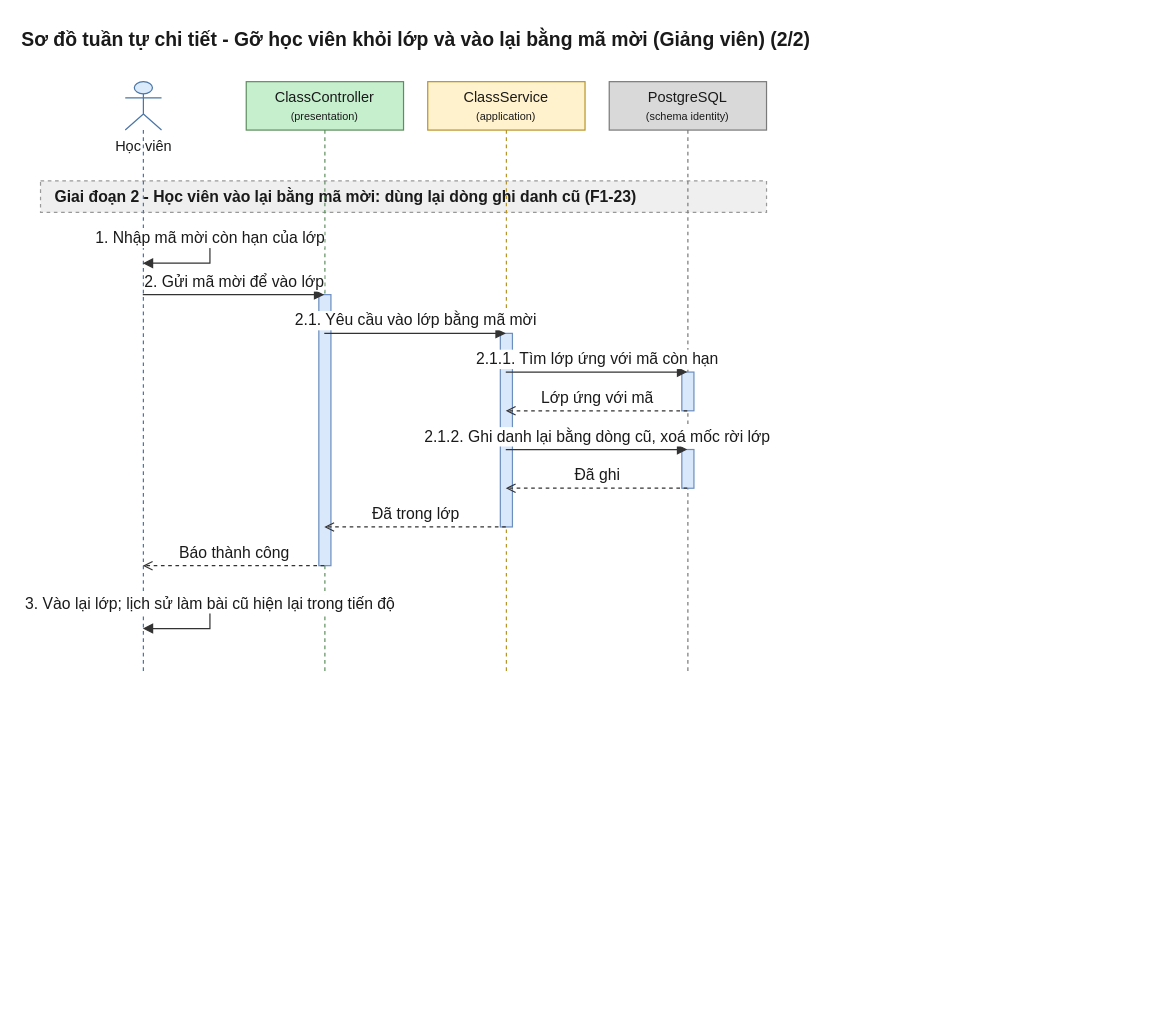
This is 08-diagram/sequence/gv/sequence_gv_go_hoc_vien_khoi_lop_p2.drawio from daiphu1801/PRJ_ALGOPREP, a draw.io file, before an edit. Source tidied: cells renumbered, new cells numbered last; positions are measured from the earlier drawing's top-left corner, leaving out a move shared by most shapes. Both pictures are drawn from the tidied source at 121%, with x=0, y=0 at pixel (40, 21).
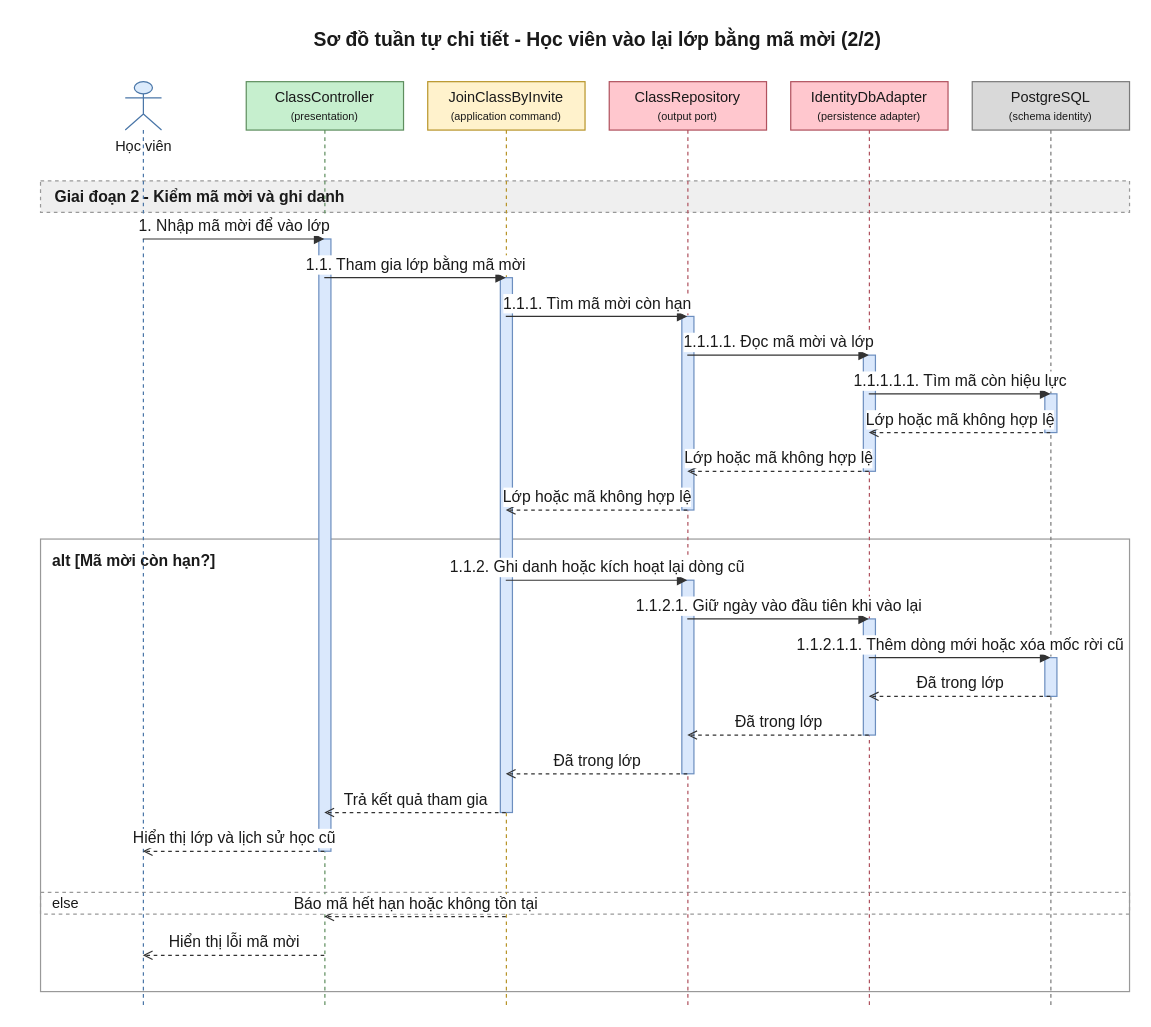
Above is the later version.

What changed in the source:
```diff
@@
-    <mxCell id="2" value="Sơ đồ tuần tự chi tiết - Gỡ học viên khỏi lớp và vào lại bằng mã mời (Giảng viên) (2/2)" style="text;html=1;fontSize=16;fontStyle=1;align=center;verticalAlign=middle;fontColor=#1A1A1A;" parent="1" vertex="1">
-      <mxGeometry x="20" width="580" height="30" as="geometry" />
+    <mxCell id="2" value="Sơ đồ tuần tự chi tiết - Học viên vào lại lớp bằng mã mời (2/2)" style="text;html=1;fontSize=16;fontStyle=1;align=center;verticalAlign=middle;fontColor=#1A1A1A;" parent="1" vertex="1">
+      <mxGeometry x="20" width="880" height="30" as="geometry" />
     </mxCell>
-    <mxCell id="3" value="Giai đoạn 2 - Học viên vào lại bằng mã mời: dùng lại dòng ghi danh cũ (F1-23)" style="algoprep=phase;rounded=0;whiteSpace=wrap;html=1;fillColor=#EFEFEF;strokeColor=#999999;dashed=1;align=left;verticalAlign=middle;spacingLeft=10;fontColor=#1A1A1A;fontSize=13;fontStyle=1;" parent="1" vertex="1">
-      <mxGeometry y="132" width="600" height="26" as="geometry" />
+    <mxCell id="3" value="alt [Mã mời còn hạn?]" style="algoprep=alt;rounded=0;whiteSpace=wrap;html=1;fillColor=none;strokeColor=#999999;verticalAlign=top;align=left;spacingLeft=8;spacingTop=4;fontColor=#1A1A1A;fontSize=13;fontStyle=1;dashed=0;" parent="1" vertex="1">
+      <mxGeometry y="428" width="900" height="374" as="geometry" />
     </mxCell>
-    <mxCell id="4" value="Học viên" style="shape=umlLifeline;participant=umlActor;perimeter=lifelinePerimeter;html=1;outlineConnect=0;size=40;verticalAlign=top;spacingTop=40;fillColor=#DCEBFC;strokeColor=#4A76A8;fontColor=#1A1A1A;" parent="1" vertex="1">
-      <mxGeometry x="70" y="50" width="30" height="488" as="geometry" />
+    <mxCell id="4" value="else" style="text;html=1;dashed=1;strokeColor=#999999;fillColor=none;align=left;verticalAlign=middle;spacingLeft=8;fontColor=#1A1A1A;fontSize=12;" parent="1" vertex="1">
+      <mxGeometry y="720" width="900" height="18" as="geometry" />
     </mxCell>
-    <mxCell id="5" value="ClassController&lt;br&gt;&lt;font style=&quot;font-size:9px&quot;&gt;(presentation)&lt;/font&gt;" style="shape=umlLifeline;perimeter=lifelinePerimeter;whiteSpace=wrap;html=1;outlineConnect=0;size=40;fillColor=#C6EFCE;strokeColor=#5E8E5E;fontColor=#1A1A1A;" parent="1" vertex="1">
-      <mxGeometry x="170" y="50" width="130" height="488" as="geometry" />
+    <mxCell id="5" value="Giai đoạn 2 - Kiểm mã mời và ghi danh" style="algoprep=phase;rounded=0;whiteSpace=wrap;html=1;fillColor=#EFEFEF;strokeColor=#999999;dashed=1;align=left;verticalAlign=middle;spacingLeft=10;fontColor=#1A1A1A;fontSize=13;fontStyle=1;" parent="1" vertex="1">
+      <mxGeometry y="132" width="900" height="26" as="geometry" />
     </mxCell>
-    <mxCell id="6" value="ClassService&lt;br&gt;&lt;font style=&quot;font-size:9px&quot;&gt;(application)&lt;/font&gt;" style="shape=umlLifeline;perimeter=lifelinePerimeter;whiteSpace=wrap;html=1;outlineConnect=0;size=40;fillColor=#FFF2CC;strokeColor=#B8952A;fontColor=#1A1A1A;" parent="1" vertex="1">
-      <mxGeometry x="320" y="50" width="130" height="488" as="geometry" />
+    <mxCell id="6" value="Học viên" style="shape=umlLifeline;participant=umlActor;perimeter=lifelinePerimeter;html=1;outlineConnect=0;size=40;verticalAlign=top;spacingTop=40;fillColor=#DCEBFC;strokeColor=#4A76A8;fontColor=#1A1A1A;" parent="1" vertex="1">
+      <mxGeometry x="70" y="50" width="30" height="764" as="geometry" />
     </mxCell>
-    <mxCell id="7" value="PostgreSQL&lt;br&gt;&lt;font style=&quot;font-size:9px&quot;&gt;(schema identity)&lt;/font&gt;" style="shape=umlLifeline;perimeter=lifelinePerimeter;whiteSpace=wrap;html=1;outlineConnect=0;size=40;fillColor=#D9D9D9;strokeColor=#7A7A7A;fontColor=#1A1A1A;" parent="1" vertex="1">
-      <mxGeometry x="470" y="50" width="130" height="488" as="geometry" />
+    <mxCell id="7" value="ClassController&lt;br&gt;&lt;font style=&quot;font-size:9px&quot;&gt;(presentation)&lt;/font&gt;" style="shape=umlLifeline;perimeter=lifelinePerimeter;whiteSpace=wrap;html=1;outlineConnect=0;size=40;fillColor=#C6EFCE;strokeColor=#5E8E5E;fontColor=#1A1A1A;" parent="1" vertex="1">
+      <mxGeometry x="170" y="50" width="130" height="764" as="geometry" />
     </mxCell>
-    <mxCell id="8" style="html=1;points=[[0,0,0,0,0],[0,1,0,0,0],[1,0,0,0,0],[1,1,0,0,0]];perimeter=orthogonalPerimeter;outlineConnect=0;targetShapes=umlLifeline;fillColor=#DAE8FC;strokeColor=#6C8EBF;" parent="7" vertex="1">
-      <mxGeometry x="60" y="240" width="10" height="32" as="geometry" />
+    <mxCell id="8" value="JoinClassByInvite&lt;br&gt;&lt;font style=&quot;font-size:9px&quot;&gt;(application command)&lt;/font&gt;" style="shape=umlLifeline;perimeter=lifelinePerimeter;whiteSpace=wrap;html=1;outlineConnect=0;size=40;fillColor=#FFF2CC;strokeColor=#B8952A;fontColor=#1A1A1A;" parent="1" vertex="1">
+      <mxGeometry x="320" y="50" width="130" height="764" as="geometry" />
     </mxCell>
-    <mxCell id="9" style="html=1;points=[[0,0,0,0,0],[0,1,0,0,0],[1,0,0,0,0],[1,1,0,0,0]];perimeter=orthogonalPerimeter;outlineConnect=0;targetShapes=umlLifeline;fillColor=#DAE8FC;strokeColor=#6C8EBF;" parent="7" vertex="1">
-      <mxGeometry x="60" y="304" width="10" height="32" as="geometry" />
+    <mxCell id="9" value="ClassRepository&lt;br&gt;&lt;font style=&quot;font-size:9px&quot;&gt;(output port)&lt;/font&gt;" style="shape=umlLifeline;perimeter=lifelinePerimeter;whiteSpace=wrap;html=1;outlineConnect=0;size=40;fillColor=#FFC7CE;strokeColor=#B0525E;fontColor=#1A1A1A;" parent="1" vertex="1">
+      <mxGeometry x="470" y="50" width="130" height="764" as="geometry" />
     </mxCell>
-    <mxCell id="10" style="html=1;points=[[0,0,0,0,0],[0,1,0,0,0],[1,0,0,0,0],[1,1,0,0,0]];perimeter=orthogonalPerimeter;outlineConnect=0;targetShapes=umlLifeline;fillColor=#DAE8FC;strokeColor=#6C8EBF;" parent="6" vertex="1">
-      <mxGeometry x="60" y="208" width="10" height="160" as="geometry" />
+    <mxCell id="10" value="IdentityDbAdapter&lt;br&gt;&lt;font style=&quot;font-size:9px&quot;&gt;(persistence adapter)&lt;/font&gt;" style="shape=umlLifeline;perimeter=lifelinePerimeter;whiteSpace=wrap;html=1;outlineConnect=0;size=40;fillColor=#FFC7CE;strokeColor=#B0525E;fontColor=#1A1A1A;" parent="1" vertex="1">
+      <mxGeometry x="620" y="50" width="130" height="764" as="geometry" />
     </mxCell>
-    <mxCell id="11" style="html=1;points=[[0,0,0,0,0],[0,1,0,0,0],[1,0,0,0,0],[1,1,0,0,0]];perimeter=orthogonalPerimeter;outlineConnect=0;targetShapes=umlLifeline;fillColor=#DAE8FC;strokeColor=#6C8EBF;" parent="5" vertex="1">
-      <mxGeometry x="60" y="176" width="10" height="224" as="geometry" />
+    <mxCell id="11" value="PostgreSQL&lt;br&gt;&lt;font style=&quot;font-size:9px&quot;&gt;(schema identity)&lt;/font&gt;" style="shape=umlLifeline;perimeter=lifelinePerimeter;whiteSpace=wrap;html=1;outlineConnect=0;size=40;fillColor=#D9D9D9;strokeColor=#7A7A7A;fontColor=#1A1A1A;" parent="1" vertex="1">
+      <mxGeometry x="770" y="50" width="130" height="764" as="geometry" />
     </mxCell>
-    <mxCell id="12" value="1. Nhập mã mời còn hạn của lớp" style="edgeStyle=orthogonalEdgeStyle;rounded=0;html=1;endArrow=block;endFill=1;strokeColor=#333333;fontColor=#1A1A1A;fontSize=13;verticalAlign=bottom;exitX=0.5;exitY=0.2664;exitDx=0;exitDy=0;entryX=0.5;entryY=0.3074;entryDx=0;entryDy=0;" parent="1" edge="1" source="4" target="4">
-      <mxGeometry relative="1" as="geometry">
-        <Array as="points">
-          <mxPoint x="140" y="180" />
-          <mxPoint x="140" y="200" />
-        </Array>
-      </mxGeometry>
-    </mxCell>
-    <mxCell id="13" value="2. Gửi mã mời để vào lớp" style="edgeStyle=none;html=1;endArrow=block;endFill=1;strokeColor=#333333;fontColor=#1A1A1A;fontSize=13;verticalAlign=bottom;exitX=0.5;exitY=0.3607;exitDx=0;exitDy=0;entryX=0.5;entryY=0.3607;entryDx=0;entryDy=0;" parent="1" edge="1" source="4" target="5">
-      <mxGeometry relative="1" as="geometry" />
-    </mxCell>
-    <mxCell id="14" value="2.1. Yêu cầu vào lớp bằng mã mời" style="edgeStyle=none;html=1;endArrow=block;endFill=1;strokeColor=#333333;fontColor=#1A1A1A;fontSize=13;verticalAlign=bottom;exitX=0.5;exitY=0.4262;exitDx=0;exitDy=0;entryX=0.5;entryY=0.4262;entryDx=0;entryDy=0;" parent="1" edge="1" source="5" target="6">
-      <mxGeometry relative="1" as="geometry" />
-    </mxCell>
-    <mxCell id="15" value="2.1.1. Tìm lớp ứng với mã còn hạn" style="edgeStyle=none;html=1;endArrow=block;endFill=1;strokeColor=#333333;fontColor=#1A1A1A;fontSize=13;verticalAlign=bottom;exitX=0.5;exitY=0.4918;exitDx=0;exitDy=0;entryX=0.5;entryY=0.4918;entryDx=0;entryDy=0;" parent="1" edge="1" source="6" target="7">
-      <mxGeometry relative="1" as="geometry" />
-    </mxCell>
-    <mxCell id="16" value="Lớp ứng với mã" style="edgeStyle=none;html=1;endArrow=open;endFill=0;dashed=1;strokeColor=#333333;fontColor=#1A1A1A;fontSize=13;verticalAlign=bottom;exitX=0.5;exitY=0.5574;exitDx=0;exitDy=0;entryX=0.5;entryY=0.5574;entryDx=0;entryDy=0;" parent="1" edge="1" source="7" target="6">
-      <mxGeometry relative="1" as="geometry" />
-    </mxCell>
-    <mxCell id="17" value="2.1.2. Ghi danh lại bằng dòng cũ, xoá mốc rời lớp" style="edgeStyle=none;html=1;endArrow=block;endFill=1;strokeColor=#333333;fontColor=#1A1A1A;fontSize=13;verticalAlign=bottom;exitX=0.5;exitY=0.6230;exitDx=0;exitDy=0;entryX=0.5;entryY=0.6230;entryDx=0;entryDy=0;" parent="1" edge="1" source="6" target="7">
-      <mxGeometry relative="1" as="geometry" />
-    </mxCell>
-    <mxCell id="18" value="Đã ghi" style="edgeStyle=none;html=1;endArrow=open;endFill=0;dashed=1;strokeColor=#333333;fontColor=#1A1A1A;fontSize=13;verticalAlign=bottom;exitX=0.5;exitY=0.6885;exitDx=0;exitDy=0;entryX=0.5;entryY=0.6885;entryDx=0;entryDy=0;" parent="1" edge="1" source="7" target="6">
-      <mxGeometry relative="1" as="geometry" />
-    </mxCell>
-    <mxCell id="19" value="Đã trong lớp" style="edgeStyle=none;html=1;endArrow=open;endFill=0;dashed=1;strokeColor=#333333;fontColor=#1A1A1A;fontSize=13;verticalAlign=bottom;exitX=0.5;exitY=0.7541;exitDx=0;exitDy=0;entryX=0.5;entryY=0.7541;entryDx=0;entryDy=0;" parent="1" edge="1" source="6" target="5">
-      <mxGeometry relative="1" as="geometry" />
-    </mxCell>
+    <mxCell id="22" style="html=1;perimeter=orthogonalPerimeter;targetShapes=umlLifeline;fillColor=#DAE8FC;strokeColor=#6C8EBF;" parent="11" vertex="1">
+      <mxGeometry x="60" y="258" width="10" height="32" as="geometry" />
+    </mxCell>
+    <mxCell id="23" style="html=1;perimeter=orthogonalPerimeter;targetShapes=umlLifeline;fillColor=#DAE8FC;strokeColor=#6C8EBF;" parent="10" vertex="1">
+      <mxGeometry x="60" y="226" width="10" height="96" as="geometry" />
+    </mxCell>
+    <mxCell id="24" style="html=1;perimeter=orthogonalPerimeter;targetShapes=umlLifeline;fillColor=#DAE8FC;strokeColor=#6C8EBF;" parent="9" vertex="1">
+      <mxGeometry x="60" y="194" width="10" height="160" as="geometry" />
+    </mxCell>
+    <mxCell id="25" style="html=1;perimeter=orthogonalPerimeter;targetShapes=umlLifeline;fillColor=#DAE8FC;strokeColor=#6C8EBF;" parent="11" vertex="1">
+      <mxGeometry x="60" y="476" width="10" height="32" as="geometry" />
+    </mxCell>
+    <mxCell id="26" style="html=1;perimeter=orthogonalPerimeter;targetShapes=umlLifeline;fillColor=#DAE8FC;strokeColor=#6C8EBF;" parent="10" vertex="1">
+      <mxGeometry x="60" y="444" width="10" height="96" as="geometry" />
+    </mxCell>
+    <mxCell id="27" style="html=1;perimeter=orthogonalPerimeter;targetShapes=umlLifeline;fillColor=#DAE8FC;strokeColor=#6C8EBF;" parent="9" vertex="1">
+      <mxGeometry x="60" y="412" width="10" height="160" as="geometry" />
+    </mxCell>
+    <mxCell id="28" style="html=1;perimeter=orthogonalPerimeter;targetShapes=umlLifeline;fillColor=#DAE8FC;strokeColor=#6C8EBF;" parent="8" vertex="1">
+      <mxGeometry x="60" y="162" width="10" height="442" as="geometry" />
+    </mxCell>
+    <mxCell id="29" style="html=1;perimeter=orthogonalPerimeter;targetShapes=umlLifeline;fillColor=#DAE8FC;strokeColor=#6C8EBF;" parent="7" vertex="1">
+      <mxGeometry x="60" y="130" width="10" height="506" as="geometry" />
+    </mxCell>
-    <mxCell id="20" value="Báo thành công" style="edgeStyle=none;html=1;endArrow=open;endFill=0;dashed=1;strokeColor=#333333;fontColor=#1A1A1A;fontSize=13;verticalAlign=bottom;exitX=0.5;exitY=0.8197;exitDx=0;exitDy=0;entryX=0.5;entryY=0.8197;entryDx=0;entryDy=0;" parent="1" edge="1" source="5" target="4">
+    <mxCell id="20" value="1. Nhập mã mời để vào lớp" style="edgeStyle=none;html=1;endArrow=block;endFill=1;strokeColor=#333333;fontColor=#1A1A1A;fontSize=13;verticalAlign=bottom;exitX=0.5;exitY=0.1702;exitDx=0;exitDy=0;entryX=0.5;entryY=0.1702;entryDx=0;entryDy=0;" parent="1" edge="1" source="6" target="7">
       <mxGeometry relative="1" as="geometry" />
     </mxCell>
-    <mxCell id="21" value="3. Vào lại lớp; lịch sử làm bài cũ hiện lại trong tiến độ" style="edgeStyle=orthogonalEdgeStyle;rounded=0;html=1;endArrow=block;endFill=1;strokeColor=#333333;fontColor=#1A1A1A;fontSize=13;verticalAlign=bottom;exitX=0.5;exitY=0.8852;exitDx=0;exitDy=0;entryX=0.5;entryY=0.9262;entryDx=0;entryDy=0;" parent="1" edge="1" source="4" target="4">
-      <mxGeometry relative="1" as="geometry">
-        <Array as="points">
-          <mxPoint x="140" y="482" />
-          <mxPoint x="140" y="502" />
-        </Array>
-      </mxGeometry>
+    <mxCell id="21" value="1.1. Tham gia lớp bằng mã mời" style="edgeStyle=none;html=1;endArrow=block;endFill=1;strokeColor=#333333;fontColor=#1A1A1A;fontSize=13;verticalAlign=bottom;exitX=0.5;exitY=0.2120;exitDx=0;exitDy=0;entryX=0.5;entryY=0.2120;entryDx=0;entryDy=0;" parent="1" edge="1" source="7" target="8">
+      <mxGeometry relative="1" as="geometry" />
     </mxCell>
+    <mxCell id="30" value="1.1.1. Tìm mã mời còn hạn" style="edgeStyle=none;html=1;endArrow=block;endFill=1;strokeColor=#333333;fontColor=#1A1A1A;fontSize=13;verticalAlign=bottom;exitX=0.5;exitY=0.2539;exitDx=0;exitDy=0;entryX=0.5;entryY=0.2539;entryDx=0;entryDy=0;" parent="1" edge="1" source="8" target="9">
+      <mxGeometry relative="1" as="geometry" />
+    </mxCell>
+    <mxCell id="31" value="1.1.1.1. Đọc mã mời và lớp" style="edgeStyle=none;html=1;endArrow=block;endFill=1;strokeColor=#333333;fontColor=#1A1A1A;fontSize=13;verticalAlign=bottom;exitX=0.5;exitY=0.2958;exitDx=0;exitDy=0;entryX=0.5;entryY=0.2958;entryDx=0;entryDy=0;" parent="1" edge="1" source="9" target="10">
+      <mxGeometry relative="1" as="geometry" />
+    </mxCell>
+    <mxCell id="32" value="1.1.1.1.1. Tìm mã còn hiệu lực" style="edgeStyle=none;html=1;endArrow=block;endFill=1;strokeColor=#333333;fontColor=#1A1A1A;fontSize=13;verticalAlign=bottom;exitX=0.5;exitY=0.3377;exitDx=0;exitDy=0;entryX=0.5;entryY=0.3377;entryDx=0;entryDy=0;" parent="1" edge="1" source="10" target="11">
+      <mxGeometry relative="1" as="geometry" />
+    </mxCell>
+    <mxCell id="33" value="Lớp hoặc mã không hợp lệ" style="edgeStyle=none;html=1;endArrow=open;endFill=0;dashed=1;strokeColor=#333333;fontColor=#1A1A1A;fontSize=13;verticalAlign=bottom;exitX=0.5;exitY=0.3796;exitDx=0;exitDy=0;entryX=0.5;entryY=0.3796;entryDx=0;entryDy=0;" parent="1" edge="1" source="11" target="10">
+      <mxGeometry relative="1" as="geometry" />
+    </mxCell>
+    <mxCell id="34" value="Lớp hoặc mã không hợp lệ" style="edgeStyle=none;html=1;endArrow=open;endFill=0;dashed=1;strokeColor=#333333;fontColor=#1A1A1A;fontSize=13;verticalAlign=bottom;exitX=0.5;exitY=0.4215;exitDx=0;exitDy=0;entryX=0.5;entryY=0.4215;entryDx=0;entryDy=0;" parent="1" edge="1" source="10" target="9">
+      <mxGeometry relative="1" as="geometry" />
+    </mxCell>
+    <mxCell id="35" value="Lớp hoặc mã không hợp lệ" style="edgeStyle=none;html=1;endArrow=open;endFill=0;dashed=1;strokeColor=#333333;fontColor=#1A1A1A;fontSize=13;verticalAlign=bottom;exitX=0.5;exitY=0.4634;exitDx=0;exitDy=0;entryX=0.5;entryY=0.4634;entryDx=0;entryDy=0;" parent="1" edge="1" source="9" target="8">
+      <mxGeometry relative="1" as="geometry" />
+    </mxCell>
+    <mxCell id="36" value="1.1.2. Ghi danh hoặc kích hoạt lại dòng cũ" style="edgeStyle=none;html=1;endArrow=block;endFill=1;strokeColor=#333333;fontColor=#1A1A1A;fontSize=13;verticalAlign=bottom;exitX=0.5;exitY=0.5393;exitDx=0;exitDy=0;entryX=0.5;entryY=0.5393;entryDx=0;entryDy=0;" parent="1" edge="1" source="8" target="9">
+      <mxGeometry relative="1" as="geometry" />
+    </mxCell>
+    <mxCell id="37" value="1.1.2.1. Giữ ngày vào đầu tiên khi vào lại" style="edgeStyle=none;html=1;endArrow=block;endFill=1;strokeColor=#333333;fontColor=#1A1A1A;fontSize=13;verticalAlign=bottom;exitX=0.5;exitY=0.5812;exitDx=0;exitDy=0;entryX=0.5;entryY=0.5812;entryDx=0;entryDy=0;" parent="1" edge="1" source="9" target="10">
+      <mxGeometry relative="1" as="geometry" />
+    </mxCell>
+    <mxCell id="38" value="1.1.2.1.1. Thêm dòng mới hoặc xóa mốc rời cũ" style="edgeStyle=none;html=1;endArrow=block;endFill=1;strokeColor=#333333;fontColor=#1A1A1A;fontSize=13;verticalAlign=bottom;exitX=0.5;exitY=0.6230;exitDx=0;exitDy=0;entryX=0.5;entryY=0.6230;entryDx=0;entryDy=0;" parent="1" edge="1" source="10" target="11">
+      <mxGeometry relative="1" as="geometry" />
+    </mxCell>
+    <mxCell id="39" value="Đã trong lớp" style="edgeStyle=none;html=1;endArrow=open;endFill=0;dashed=1;strokeColor=#333333;fontColor=#1A1A1A;fontSize=13;verticalAlign=bottom;exitX=0.5;exitY=0.6649;exitDx=0;exitDy=0;entryX=0.5;entryY=0.6649;entryDx=0;entryDy=0;" parent="1" edge="1" source="11" target="10">
+      <mxGeometry relative="1" as="geometry" />
+    </mxCell>
+    <mxCell id="40" value="Đã trong lớp" style="edgeStyle=none;html=1;endArrow=open;endFill=0;dashed=1;strokeColor=#333333;fontColor=#1A1A1A;fontSize=13;verticalAlign=bottom;exitX=0.5;exitY=0.7068;exitDx=0;exitDy=0;entryX=0.5;entryY=0.7068;entryDx=0;entryDy=0;" parent="1" edge="1" source="10" target="9">
+      <mxGeometry relative="1" as="geometry" />
+    </mxCell>
+    <mxCell id="41" value="Đã trong lớp" style="edgeStyle=none;html=1;endArrow=open;endFill=0;dashed=1;strokeColor=#333333;fontColor=#1A1A1A;fontSize=13;verticalAlign=bottom;exitX=0.5;exitY=0.7487;exitDx=0;exitDy=0;entryX=0.5;entryY=0.7487;entryDx=0;entryDy=0;" parent="1" edge="1" source="9" target="8">
+      <mxGeometry relative="1" as="geometry" />
+    </mxCell>
+    <mxCell id="42" value="Trả kết quả tham gia" style="edgeStyle=none;html=1;endArrow=open;endFill=0;dashed=1;strokeColor=#333333;fontColor=#1A1A1A;fontSize=13;verticalAlign=bottom;exitX=0.5;exitY=0.7906;exitDx=0;exitDy=0;entryX=0.5;entryY=0.7906;entryDx=0;entryDy=0;" parent="1" edge="1" source="8" target="7">
+      <mxGeometry relative="1" as="geometry" />
+    </mxCell>
+    <mxCell id="43" value="Hiển thị lớp và lịch sử học cũ" style="edgeStyle=none;html=1;endArrow=open;endFill=0;dashed=1;strokeColor=#333333;fontColor=#1A1A1A;fontSize=13;verticalAlign=bottom;exitX=0.5;exitY=0.8325;exitDx=0;exitDy=0;entryX=0.5;entryY=0.8325;entryDx=0;entryDy=0;" parent="1" edge="1" source="7" target="6">
+      <mxGeometry relative="1" as="geometry" />
+    </mxCell>
+    <mxCell id="44" value="Báo mã hết hạn hoặc không tồn tại" style="edgeStyle=none;html=1;endArrow=open;endFill=0;dashed=1;strokeColor=#333333;fontColor=#1A1A1A;fontSize=13;verticalAlign=bottom;exitX=0.5;exitY=0.9031;exitDx=0;exitDy=0;entryX=0.5;entryY=0.9031;entryDx=0;entryDy=0;" parent="1" edge="1" source="8" target="7">
+      <mxGeometry relative="1" as="geometry" />
+    </mxCell>
+    <mxCell id="45" value="Hiển thị lỗi mã mời" style="edgeStyle=none;html=1;endArrow=open;endFill=0;dashed=1;strokeColor=#333333;fontColor=#1A1A1A;fontSize=13;verticalAlign=bottom;exitX=0.5;exitY=0.9450;exitDx=0;exitDy=0;entryX=0.5;entryY=0.9450;entryDx=0;entryDy=0;" parent="1" edge="1" source="7" target="6">
+      <mxGeometry relative="1" as="geometry" />
+    </mxCell>
```
